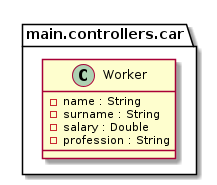
This is docs/diagram.png from LLM-Automation-Docs/Auto-Docs, a PlantUML export, as it was before one commit. Its source is kept beside it as docs/diagram.puml. Its diagram source:
```plantuml
@startuml
class main.controllers.car.Worker {
    -name : String
    -surname : String
    -salary : Double
    -profession : String
}
@enduml
```
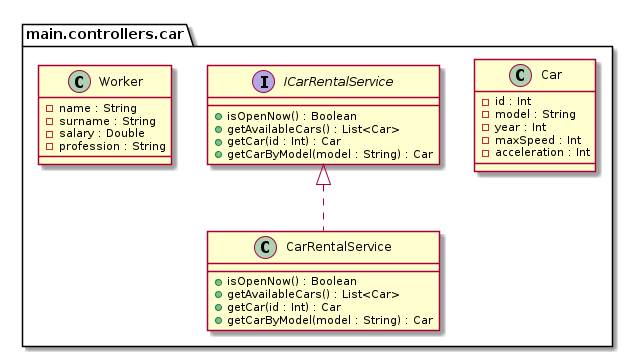
After the commit.

Change to the diagram source:
```diff
@@ -1,4 +1,26 @@
 @startuml
+class main.controllers.car.Car {
+    -id : Int
+    -model : String
+    -year : Int
+    -maxSpeed : Int
+    -acceleration : Int
+}
+
+interface main.controllers.car.ICarRentalService {
+    +isOpenNow() : Boolean
+    +getAvailableCars() : List<Car>
+    +getCar(id : Int) : Car
+    +getCarByModel(model : String) : Car
+}
+
+class main.controllers.car.CarRentalService implements main.controllers.car.ICarRentalService {
+    +isOpenNow() : Boolean
+    +getAvailableCars() : List<Car>
+    +getCar(id : Int) : Car
+    +getCarByModel(model : String) : Car
+}
+
 class main.controllers.car.Worker {
     -name : String
     -surname : String
```
